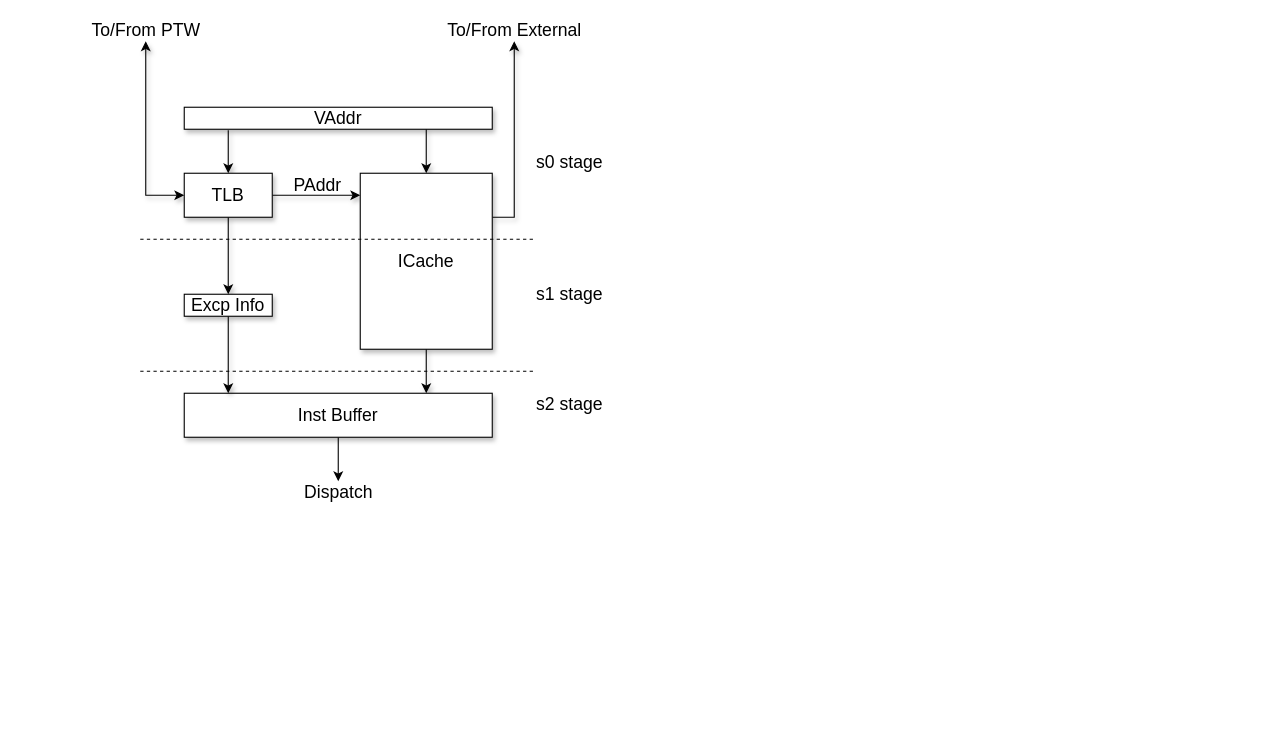
Earlier version of the draw.io diagram page "Frontend" (3 of 6) of docs/source/msrh.drawio (msyksphinz-self/scariv_zero). Source tidied: cells renumbered, new cells numbered last; positions are measured from the earlier drawing's top-left corner, leaving out a move shared by most shapes. Both pictures are drawn from the tidied source at 110%, with x=0, y=0 at pixel (85, 19).
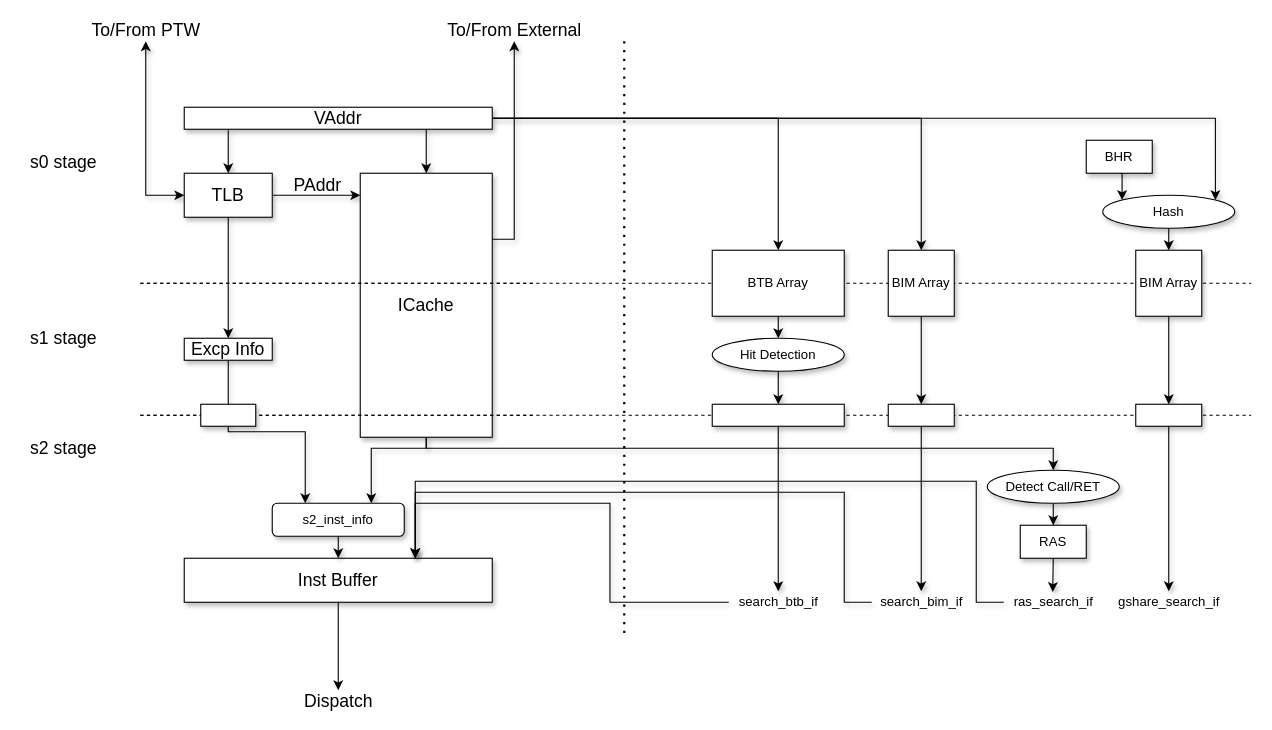
Above is the later version.

Unchanged cells that the change refers to:
```xml
<mxCell id="4" value="VAddr" style="rounded=0;whiteSpace=wrap;html=1;fontSize=16;shadow=1;" parent="1" vertex="1">
  <mxGeometry x="90" y="80" width="280" height="20" as="geometry" />
</mxCell>
```

Diff of the diagram source:
```diff
@@
+    <mxCell id="25" style="edgeStyle=orthogonalEdgeStyle;rounded=0;jettySize=auto;html=1;exitX=1;exitY=0.5;exitDx=0;exitDy=0;" parent="1" edge="1" source="4" target="31">
+      <mxGeometry relative="1" as="geometry" />
+    </mxCell>
+    <mxCell id="26" style="edgeStyle=orthogonalEdgeStyle;rounded=0;jettySize=auto;html=1;exitX=1;exitY=0.5;exitDx=0;exitDy=0;shadow=1;" parent="1" edge="1" source="4" target="41">
+      <mxGeometry relative="1" as="geometry" />
+    </mxCell>
+    <mxCell id="27" style="edgeStyle=orthogonalEdgeStyle;rounded=0;jettySize=auto;html=1;exitX=1;exitY=0.5;exitDx=0;exitDy=0;entryX=1;entryY=0;entryDx=0;entryDy=0;shadow=1;" parent="1" edge="1" source="4" target="57">
+      <mxGeometry relative="1" as="geometry" />
+    </mxCell>
@@
-    <mxCell id="10" style="rounded=0;jettySize=auto;html=1;exitX=0.5;exitY=1;exitDx=0;exitDy=0;fontSize=16;shadow=1;" parent="1" edge="1" source="12">
+    <mxCell id="10" style="rounded=0;jettySize=auto;html=1;exitX=0.5;exitY=1;exitDx=0;exitDy=0;fontSize=16;shadow=1;entryX=0.75;entryY=0;entryDx=0;entryDy=0;edgeStyle=orthogonalEdgeStyle;" parent="1" edge="1" source="12" target="47">
       <mxGeometry relative="1" as="geometry">
-        <mxPoint x="310" y="340" as="targetPoint" />
+        <Array as="points">
+          <mxPoint x="310" y="390" />
+          <mxPoint x="260" y="390" />
+        </Array>
       </mxGeometry>
     </mxCell>
@@
+    <mxCell id="28" style="edgeStyle=orthogonalEdgeStyle;rounded=0;jettySize=auto;html=1;exitX=0.5;exitY=1;exitDx=0;exitDy=0;shadow=1;" parent="1" edge="1" source="12">
+      <mxGeometry relative="1" as="geometry">
+        <mxPoint x="880" y="410" as="targetPoint" />
+        <Array as="points">
+          <mxPoint x="310" y="390" />
+          <mxPoint x="880" y="390" />
+        </Array>
+      </mxGeometry>
+    </mxCell>
     <mxCell id="12" value="ICache" style="rounded=0;whiteSpace=wrap;html=1;fontSize=16;shadow=1;" parent="1" vertex="1">
-      <mxGeometry x="250" y="140" width="120" height="160" as="geometry" />
+      <mxGeometry x="250" y="140" width="120" height="240" as="geometry" />
     </mxCell>
-    <mxCell id="13" style="edgeStyle=orthogonalEdgeStyle;rounded=0;jettySize=auto;html=1;exitX=0.5;exitY=1;exitDx=0;exitDy=0;startArrow=none;startFill=0;fontSize=16;" parent="1" edge="1" source="14">
-      <mxGeometry relative="1" as="geometry">
-        <mxPoint x="230" y="420" as="targetPoint" />
-      </mxGeometry>
+    <mxCell id="13" style="edgeStyle=orthogonalEdgeStyle;rounded=0;jettySize=auto;html=1;exitX=0.5;exitY=1;exitDx=0;exitDy=0;startArrow=none;startFill=0;fontSize=16;" parent="1" edge="1" source="14" target="24">
+      <mxGeometry relative="1" as="geometry" />
     </mxCell>
     <mxCell id="14" value="Inst Buffer" style="rounded=0;whiteSpace=wrap;html=1;fontSize=16;shadow=1;" parent="1" vertex="1">
-      <mxGeometry x="90" y="340" width="280" height="40" as="geometry" />
+      <mxGeometry x="90" y="490" width="280" height="40" as="geometry" />
     </mxCell>
-    <mxCell id="15" style="edgeStyle=none;rounded=0;jettySize=auto;html=1;exitX=0.5;exitY=1;exitDx=0;exitDy=0;fontSize=16;shadow=1;" parent="1" edge="1" source="16">
-      <mxGeometry relative="1" as="geometry">
-        <mxPoint x="130" y="340" as="targetPoint" />
-      </mxGeometry>
+    <mxCell id="15" style="edgeStyle=orthogonalEdgeStyle;rounded=0;jettySize=auto;html=1;exitX=0.5;exitY=1;exitDx=0;exitDy=0;fontSize=16;shadow=1;entryX=0.25;entryY=0;entryDx=0;entryDy=0;" parent="1" edge="1" source="16" target="47">
+      <mxGeometry relative="1" as="geometry" />
     </mxCell>
     <mxCell id="16" value="Excp Info" style="rounded=0;whiteSpace=wrap;html=1;fontSize=16;shadow=1;" parent="1" vertex="1">
-      <mxGeometry x="90" y="250" width="80" height="20" as="geometry" />
+      <mxGeometry x="90" y="290" width="80" height="20" as="geometry" />
     </mxCell>
     <mxCell id="17" style="endArrow=none;dashed=1;html=1;fontSize=16;" parent="1" edge="1">
       <mxGeometry relative="1" as="geometry">
-        <mxPoint x="50" y="200" as="sourcePoint" />
-        <mxPoint x="410" y="200" as="targetPoint" />
+        <mxPoint x="50" y="240" as="sourcePoint" />
+        <mxPoint x="410" y="240" as="targetPoint" />
       </mxGeometry>
     </mxCell>
     <mxCell id="18" style="endArrow=none;dashed=1;html=1;fontSize=16;" parent="1" edge="1">
       <mxGeometry relative="1" as="geometry">
-        <mxPoint x="50" y="320" as="sourcePoint" />
-        <mxPoint x="410" y="320" as="targetPoint" />
+        <mxPoint x="50" y="360" as="sourcePoint" />
+        <mxPoint x="410" y="360" as="targetPoint" />
       </mxGeometry>
     </mxCell>
     <mxCell id="19" value="s0 stage" style="text;html=1;align=center;verticalAlign=middle;fontSize=16;" parent="1" vertex="1">
-      <mxGeometry x="400" y="120" width="80" height="20" as="geometry" />
+      <mxGeometry x="-60" y="120" width="80" height="20" as="geometry" />
     </mxCell>
     <mxCell id="20" value="s1 stage" style="text;html=1;align=center;verticalAlign=middle;fontSize=16;" parent="1" vertex="1">
-      <mxGeometry x="400" y="240" width="80" height="20" as="geometry" />
+      <mxGeometry x="-60" y="280" width="80" height="20" as="geometry" />
     </mxCell>
     <mxCell id="21" value="s2 stage" style="text;html=1;align=center;verticalAlign=middle;fontSize=16;" parent="1" vertex="1">
-      <mxGeometry x="400" y="340" width="80" height="20" as="geometry" />
+      <mxGeometry x="-60" y="380" width="80" height="20" as="geometry" />
     </mxCell>
@@
     <mxCell id="24" value="Dispatch" style="text;html=1;align=center;verticalAlign=middle;points=[];fontSize=16;" parent="1" vertex="1">
-      <mxGeometry x="190" y="420" width="80" height="20" as="geometry" />
+      <mxGeometry x="190" y="610" width="80" height="20" as="geometry" />
     </mxCell>
+    <mxCell id="29" style="endArrow=none;dashed=1;html=1;fontSize=16;" parent="1" edge="1">
+      <mxGeometry relative="1" as="geometry">
+        <mxPoint x="50" y="240" as="sourcePoint" />
+        <mxPoint x="1060" y="240" as="targetPoint" />
+      </mxGeometry>
+    </mxCell>
+    <mxCell id="30" style="edgeStyle=orthogonalEdgeStyle;rounded=0;jettySize=auto;html=1;exitX=0.5;exitY=1;exitDx=0;exitDy=0;entryX=0.5;entryY=0;entryDx=0;entryDy=0;shadow=1;" parent="1" edge="1" source="31" target="35">
+      <mxGeometry relative="1" as="geometry" />
+    </mxCell>
+    <mxCell id="31" value="BTB Array" style="rounded=0;whiteSpace=wrap;html=1;shadow=1;" parent="1" vertex="1">
+      <mxGeometry x="570" y="210" width="120" height="60" as="geometry" />
+    </mxCell>
+    <mxCell id="32" style="endArrow=none;dashed=1;html=1;fontSize=16;" parent="1" edge="1">
+      <mxGeometry relative="1" as="geometry">
+        <mxPoint x="50" y="360" as="sourcePoint" />
+        <mxPoint x="1060" y="360" as="targetPoint" />
+      </mxGeometry>
+    </mxCell>
+    <mxCell id="33" style="endArrow=none;dashed=1;html=1;dashPattern=1 3;strokeWidth=2;rounded=0;" parent="1" edge="1">
+      <mxGeometry relative="1" as="geometry">
+        <mxPoint x="490" y="20" as="sourcePoint" />
+        <mxPoint x="490" y="560" as="targetPoint" />
+      </mxGeometry>
+    </mxCell>
+    <mxCell id="34" style="edgeStyle=orthogonalEdgeStyle;rounded=0;jettySize=auto;html=1;exitX=0.5;exitY=1;exitDx=0;exitDy=0;entryX=0.5;entryY=0;entryDx=0;entryDy=0;shadow=1;" parent="1" edge="1" source="35" target="37">
+      <mxGeometry relative="1" as="geometry" />
+    </mxCell>
+    <mxCell id="35" value="Hit Detection" style="ellipse;whiteSpace=wrap;html=1;shadow=1;" parent="1" vertex="1">
+      <mxGeometry x="570" y="290" width="120" height="30" as="geometry" />
+    </mxCell>
+    <mxCell id="36" style="edgeStyle=orthogonalEdgeStyle;rounded=0;jettySize=auto;html=1;exitX=0.5;exitY=1;exitDx=0;exitDy=0;shadow=1;" parent="1" edge="1" source="37" target="39">
+      <mxGeometry relative="1" as="geometry" />
+    </mxCell>
+    <mxCell id="37" style="rounded=0;whiteSpace=wrap;html=1;shadow=1;" parent="1" vertex="1">
+      <mxGeometry x="570" y="350" width="120" height="20" as="geometry" />
+    </mxCell>
+    <mxCell id="38" style="edgeStyle=orthogonalEdgeStyle;rounded=0;jettySize=auto;html=1;entryX=0.75;entryY=0;entryDx=0;entryDy=0;shadow=1;" parent="1" edge="1" source="39" target="14">
+      <mxGeometry relative="1" as="geometry">
+        <Array as="points">
+          <mxPoint x="477" y="530" />
+          <mxPoint x="477" y="440" />
+          <mxPoint x="300" y="440" />
+        </Array>
+      </mxGeometry>
+    </mxCell>
+    <mxCell id="39" value="search_btb_if" style="text;html=1;align=center;verticalAlign=middle;points=[];strokeColor=none;fillColor=none;shadow=1;" parent="1" vertex="1">
+      <mxGeometry x="585" y="520" width="90" height="20" as="geometry" />
+    </mxCell>
+    <mxCell id="40" style="edgeStyle=orthogonalEdgeStyle;rounded=0;jettySize=auto;html=1;entryX=0.5;entryY=0;entryDx=0;entryDy=0;shadow=1;" parent="1" edge="1" source="41" target="43">
+      <mxGeometry relative="1" as="geometry" />
+    </mxCell>
+    <mxCell id="41" value="BIM Array" style="rounded=0;whiteSpace=wrap;html=1;shadow=1;" parent="1" vertex="1">
+      <mxGeometry x="730" y="210" width="60" height="60" as="geometry" />
+    </mxCell>
+    <mxCell id="42" style="edgeStyle=orthogonalEdgeStyle;rounded=0;jettySize=auto;html=1;exitX=0.5;exitY=1;exitDx=0;exitDy=0;shadow=1;" parent="1" edge="1" source="43" target="45">
+      <mxGeometry relative="1" as="geometry" />
+    </mxCell>
+    <mxCell id="43" style="rounded=0;whiteSpace=wrap;html=1;shadow=1;" parent="1" vertex="1">
+      <mxGeometry x="730" y="350" width="60" height="20" as="geometry" />
+    </mxCell>
+    <mxCell id="44" style="edgeStyle=orthogonalEdgeStyle;rounded=0;jettySize=auto;html=1;entryX=0.75;entryY=0;entryDx=0;entryDy=0;shadow=1;" parent="1" edge="1" source="45" target="14">
+      <mxGeometry relative="1" as="geometry">
+        <Array as="points">
+          <mxPoint x="690" y="530" />
+          <mxPoint x="690" y="430" />
+          <mxPoint x="300" y="430" />
+        </Array>
+      </mxGeometry>
+    </mxCell>
+    <mxCell id="45" value="search_bim_if" style="text;html=1;align=center;verticalAlign=middle;points=[];strokeColor=none;fillColor=none;shadow=1;" parent="1" vertex="1">
+      <mxGeometry x="715" y="520" width="90" height="20" as="geometry" />
+    </mxCell>
+    <mxCell id="46" style="edgeStyle=orthogonalEdgeStyle;rounded=0;jettySize=auto;html=1;exitX=0.5;exitY=1;exitDx=0;exitDy=0;entryX=0.5;entryY=0;entryDx=0;entryDy=0;shadow=1;" parent="1" edge="1" source="47" target="14">
+      <mxGeometry relative="1" as="geometry" />
+    </mxCell>
+    <mxCell id="47" value="s2_inst_info" style="rounded=1;whiteSpace=wrap;html=1;shadow=1;" parent="1" vertex="1">
+      <mxGeometry x="170" y="440" width="120" height="30" as="geometry" />
+    </mxCell>
+    <mxCell id="48" style="edgeStyle=orthogonalEdgeStyle;rounded=0;jettySize=auto;html=1;exitX=0.5;exitY=1;exitDx=0;exitDy=0;entryX=0.5;entryY=0;entryDx=0;entryDy=0;shadow=1;" parent="1" edge="1" source="49" target="51">
+      <mxGeometry relative="1" as="geometry" />
+    </mxCell>
+    <mxCell id="49" value="Detect Call/RET" style="ellipse;whiteSpace=wrap;html=1;shadow=1;" parent="1" vertex="1">
+      <mxGeometry x="820" y="410" width="120" height="30" as="geometry" />
+    </mxCell>
+    <mxCell id="50" style="edgeStyle=orthogonalEdgeStyle;rounded=0;jettySize=auto;html=1;exitX=0.5;exitY=1;exitDx=0;exitDy=0;shadow=1;entryX=0.495;entryY=0.037;entryDx=0;entryDy=0;entryPerimeter=0;" parent="1" edge="1" source="51" target="53">
+      <mxGeometry relative="1" as="geometry" />
+    </mxCell>
+    <mxCell id="51" value="RAS" style="rounded=0;whiteSpace=wrap;html=1;shadow=1;" parent="1" vertex="1">
+      <mxGeometry x="850" y="460" width="60" height="30" as="geometry" />
+    </mxCell>
+    <mxCell id="52" style="edgeStyle=orthogonalEdgeStyle;rounded=0;jettySize=auto;html=1;shadow=1;entryX=0.75;entryY=0;entryDx=0;entryDy=0;" parent="1" edge="1" source="53" target="14">
+      <mxGeometry relative="1" as="geometry">
+        <Array as="points">
+          <mxPoint x="810" y="530" />
+          <mxPoint x="810" y="420" />
+          <mxPoint x="300" y="420" />
+        </Array>
+      </mxGeometry>
+    </mxCell>
+    <mxCell id="53" value="ras_search_if" style="text;html=1;align=center;verticalAlign=middle;points=[];strokeColor=none;fillColor=none;shadow=1;" parent="1" vertex="1">
+      <mxGeometry x="835" y="520" width="90" height="20" as="geometry" />
+    </mxCell>
+    <mxCell id="54" style="edgeStyle=orthogonalEdgeStyle;rounded=0;jettySize=auto;html=1;exitX=0.5;exitY=1;exitDx=0;exitDy=0;entryX=0;entryY=0;entryDx=0;entryDy=0;shadow=1;" parent="1" edge="1" source="55" target="57">
+      <mxGeometry relative="1" as="geometry" />
+    </mxCell>
+    <mxCell id="55" value="BHR" style="rounded=0;whiteSpace=wrap;html=1;shadow=1;" parent="1" vertex="1">
+      <mxGeometry x="910" y="110" width="60" height="30" as="geometry" />
+    </mxCell>
+    <mxCell id="56" style="edgeStyle=orthogonalEdgeStyle;rounded=0;jettySize=auto;html=1;exitX=0.5;exitY=1;exitDx=0;exitDy=0;entryX=0.5;entryY=0;entryDx=0;entryDy=0;shadow=1;" parent="1" edge="1" source="57" target="59">
+      <mxGeometry relative="1" as="geometry" />
+    </mxCell>
+    <mxCell id="57" value="Hash" style="ellipse;whiteSpace=wrap;html=1;shadow=1;" parent="1" vertex="1">
+      <mxGeometry x="925" y="160" width="120" height="30" as="geometry" />
+    </mxCell>
+    <mxCell id="58" style="edgeStyle=orthogonalEdgeStyle;rounded=0;jettySize=auto;html=1;exitX=0.5;exitY=1;exitDx=0;exitDy=0;entryX=0.5;entryY=0;entryDx=0;entryDy=0;shadow=1;" parent="1" edge="1" source="59" target="61">
+      <mxGeometry relative="1" as="geometry" />
+    </mxCell>
+    <mxCell id="59" value="BIM Array" style="rounded=0;whiteSpace=wrap;html=1;shadow=1;" parent="1" vertex="1">
+      <mxGeometry x="955" y="210" width="60" height="60" as="geometry" />
+    </mxCell>
+    <mxCell id="60" style="edgeStyle=orthogonalEdgeStyle;rounded=0;jettySize=auto;html=1;exitX=0.5;exitY=1;exitDx=0;exitDy=0;shadow=1;" parent="1" edge="1" source="61">
+      <mxGeometry relative="1" as="geometry">
+        <mxPoint x="985" y="520" as="targetPoint" />
+      </mxGeometry>
+    </mxCell>
+    <mxCell id="61" style="rounded=0;whiteSpace=wrap;html=1;shadow=1;" parent="1" vertex="1">
+      <mxGeometry x="955" y="350" width="60" height="20" as="geometry" />
+    </mxCell>
+    <mxCell id="62" value="gshare_search_if" style="text;html=1;align=center;verticalAlign=middle;strokeColor=none;fillColor=none;shadow=1;" parent="1" vertex="1">
+      <mxGeometry x="930" y="520" width="110" height="20" as="geometry" />
+    </mxCell>
+    <mxCell id="63" style="rounded=0;whiteSpace=wrap;html=1;shadow=1;" parent="1" vertex="1">
+      <mxGeometry x="105" y="350" width="50" height="20" as="geometry" />
+    </mxCell>
```
